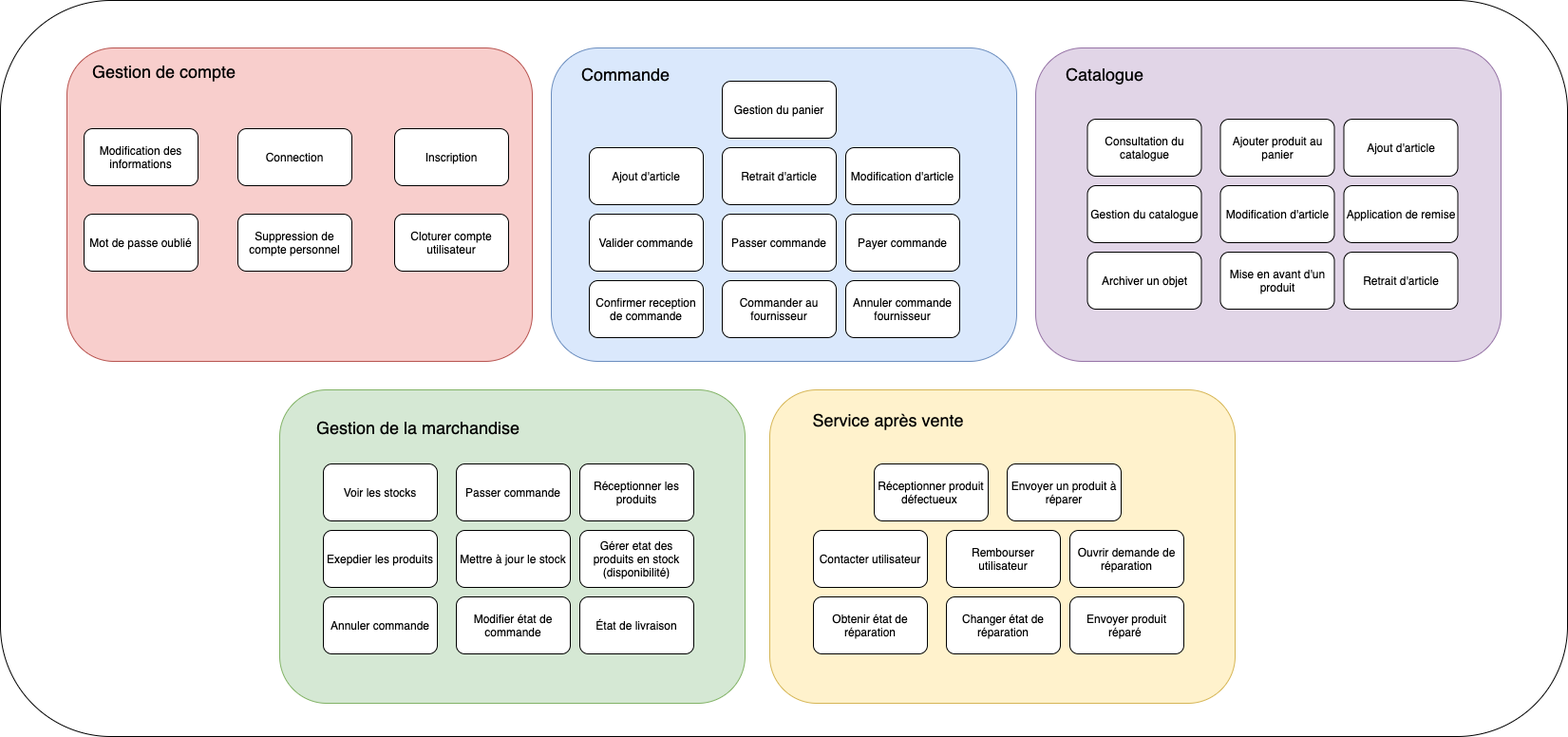
Above: Diagramme Fonctionnel.png in eamarelo/soa_ecommerce (draw.io), before the change. Source tidied: cells renumbered, new cells last; positions are measured from the earlier drawing's top-left corner, leaving out a move shared by most shapes.
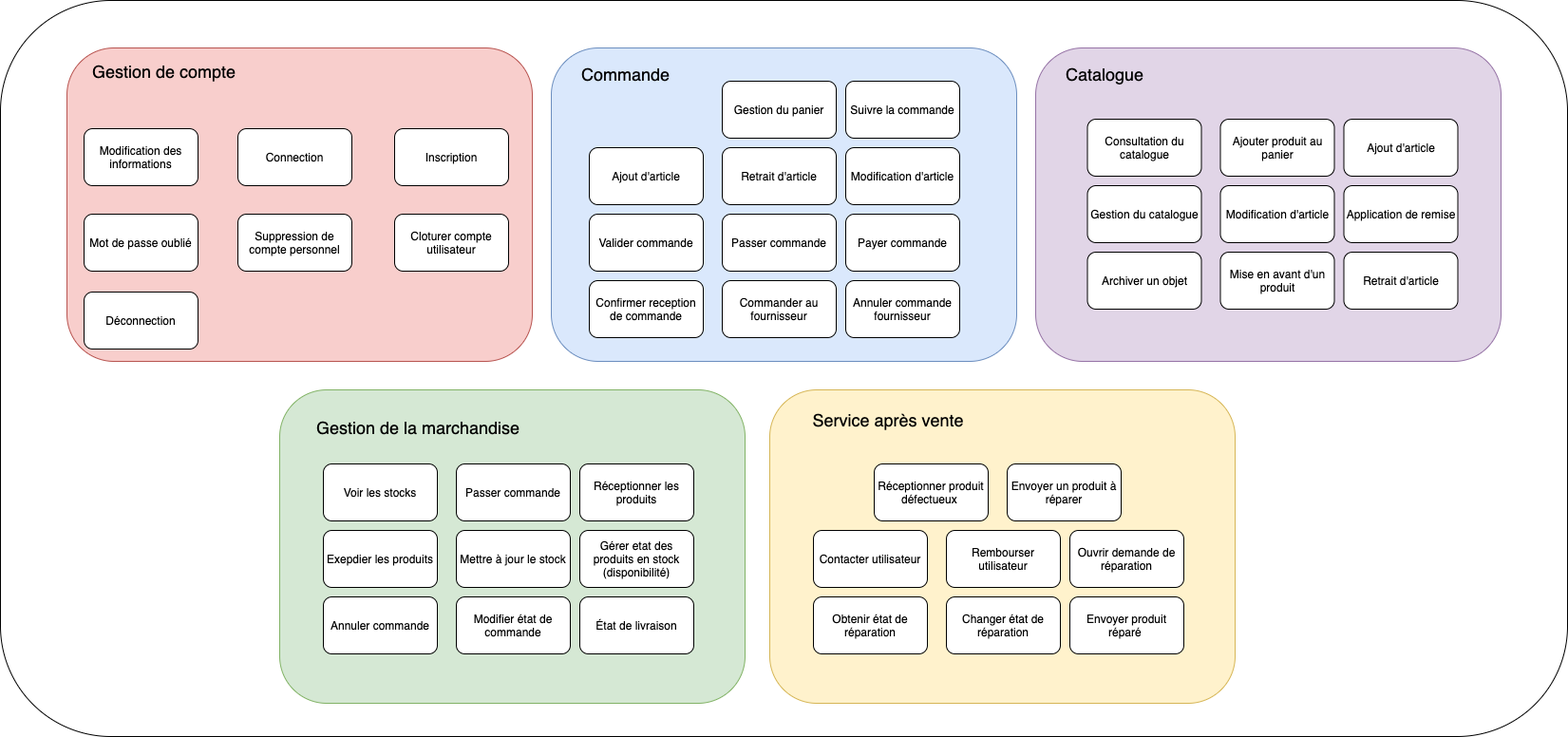
After the commit.

Change to the diagram source:
```diff
@@ -161,5 +161,11 @@
     <mxCell id="54" value="&lt;font style=&quot;font-size: 18px&quot;&gt;Service après vente&lt;/font&gt;" style="text;html=1;strokeColor=none;fillColor=none;align=center;verticalAlign=middle;whiteSpace=wrap;rounded=0;" parent="1" vertex="1">
       <mxGeometry x="825" y="431.5" width="220" height="20" as="geometry" />
     </mxCell>
+    <mxCell id="55" value="Suivre la commande" style="rounded=1;whiteSpace=wrap;html=1;" parent="1" vertex="1">
+      <mxGeometry x="890" y="85" width="120" height="60" as="geometry" />
+    </mxCell>
+    <mxCell id="56" value="Déconnection" style="rounded=1;whiteSpace=wrap;html=1;" parent="1" vertex="1">
+      <mxGeometry x="88" y="307" width="120" height="60" as="geometry" />
+    </mxCell>
   </root>
 </mxGraphModel>
```
